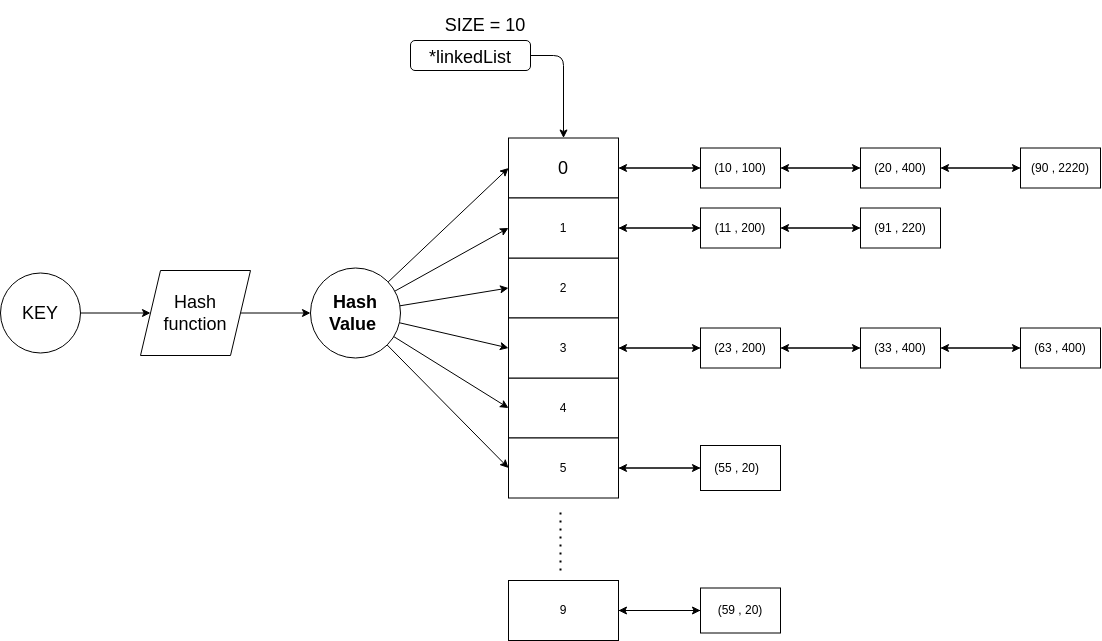
AbderrahimeEl/HashTable keeps this draw.io diagram as docs/shema.png. Above is the earlier version. Source tidied: cells renumbered, new cells last; positions are measured from the earlier drawing's top-left corner, leaving out a move shared by most shapes. Source of this version:
```xml
<mxGraphModel>
  <root>
    <mxCell id="0" />
    <mxCell id="1" parent="0" />
    <mxCell id="2" style="edgeStyle=none;html=1;" parent="1" edge="1" source="3" target="6">
      <mxGeometry relative="1" as="geometry" />
    </mxCell>
    <mxCell id="3" value="&lt;font style=&quot;font-size: 18px;&quot;&gt;0&lt;/font&gt;" style="whiteSpace=wrap;html=1;" parent="1" vertex="1">
      <mxGeometry x="508" y="137.5" width="110" height="60" as="geometry" />
    </mxCell>
    <mxCell id="4" style="edgeStyle=none;html=1;" parent="1" edge="1" source="6" target="3">
      <mxGeometry relative="1" as="geometry" />
    </mxCell>
    <mxCell id="5" style="edgeStyle=none;html=1;" parent="1" edge="1" source="6" target="21">
      <mxGeometry relative="1" as="geometry" />
    </mxCell>
    <mxCell id="6" value="(10 , 100)" style="whiteSpace=wrap;html=1;&#10;borderRadus = 20px;" parent="1" vertex="1">
      <mxGeometry x="700" y="147.5" width="80" height="40" as="geometry" />
    </mxCell>
    <mxCell id="7" value="2" style="whiteSpace=wrap;html=1;" parent="1" vertex="1">
      <mxGeometry x="508" y="257.5" width="110" height="60" as="geometry" />
    </mxCell>
    <mxCell id="8" style="edgeStyle=none;html=1;" parent="1" edge="1" source="9" target="12">
      <mxGeometry relative="1" as="geometry" />
    </mxCell>
    <mxCell id="9" value="1" style="whiteSpace=wrap;html=1;" parent="1" vertex="1">
      <mxGeometry x="508" y="197.5" width="110" height="60" as="geometry" />
    </mxCell>
    <mxCell id="10" style="edgeStyle=none;html=1;" parent="1" edge="1" source="12" target="9">
      <mxGeometry relative="1" as="geometry" />
    </mxCell>
    <mxCell id="11" style="edgeStyle=none;html=1;" parent="1" edge="1" source="12" target="23">
      <mxGeometry relative="1" as="geometry" />
    </mxCell>
    <mxCell id="12" value="(11 , 200)" style="whiteSpace=wrap;html=1;" parent="1" vertex="1">
      <mxGeometry x="700" y="207.5" width="80" height="40" as="geometry" />
    </mxCell>
    <mxCell id="13" value="4" style="whiteSpace=wrap;html=1;" parent="1" vertex="1">
      <mxGeometry x="508" y="377.5" width="110" height="60" as="geometry" />
    </mxCell>
    <mxCell id="14" style="edgeStyle=none;html=1;" parent="1" edge="1" source="15" target="18">
      <mxGeometry relative="1" as="geometry" />
    </mxCell>
    <mxCell id="15" value="3" style="whiteSpace=wrap;html=1;" parent="1" vertex="1">
      <mxGeometry x="508" y="317.5" width="110" height="60" as="geometry" />
    </mxCell>
    <mxCell id="16" style="edgeStyle=none;html=1;" parent="1" edge="1" source="18" target="15">
      <mxGeometry relative="1" as="geometry" />
    </mxCell>
    <mxCell id="17" style="edgeStyle=none;html=1;" parent="1" edge="1" source="18" target="28">
      <mxGeometry relative="1" as="geometry" />
    </mxCell>
    <mxCell id="18" value="(23 , 200)" style="whiteSpace=wrap;html=1;" parent="1" vertex="1">
      <mxGeometry x="700" y="327.5" width="80" height="40" as="geometry" />
    </mxCell>
    <mxCell id="19" style="edgeStyle=none;html=1;" parent="1" edge="1" source="21" target="6">
      <mxGeometry relative="1" as="geometry" />
    </mxCell>
    <mxCell id="20" style="edgeStyle=none;html=1;" parent="1" edge="1" source="21" target="25">
      <mxGeometry relative="1" as="geometry" />
    </mxCell>
    <mxCell id="21" value="(20 , 400)" style="whiteSpace=wrap;html=1;" parent="1" vertex="1">
      <mxGeometry x="860" y="147.5" width="80" height="40" as="geometry" />
    </mxCell>
    <mxCell id="22" style="edgeStyle=none;html=1;" parent="1" edge="1" source="23" target="12">
      <mxGeometry relative="1" as="geometry" />
    </mxCell>
    <mxCell id="23" value="(91 , 220)" style="whiteSpace=wrap;html=1;" parent="1" vertex="1">
      <mxGeometry x="860" y="207.5" width="80" height="40" as="geometry" />
    </mxCell>
    <mxCell id="24" style="edgeStyle=none;html=1;" parent="1" edge="1" source="25" target="21">
      <mxGeometry relative="1" as="geometry" />
    </mxCell>
    <mxCell id="25" value="(90 , 2220)" style="whiteSpace=wrap;html=1;" parent="1" vertex="1">
      <mxGeometry x="1020" y="147.5" width="80" height="40" as="geometry" />
    </mxCell>
    <mxCell id="26" style="edgeStyle=none;html=1;" parent="1" edge="1" source="28" target="18">
      <mxGeometry relative="1" as="geometry" />
    </mxCell>
    <mxCell id="27" style="edgeStyle=none;html=1;" parent="1" edge="1" source="28" target="30">
      <mxGeometry relative="1" as="geometry" />
    </mxCell>
    <mxCell id="28" value="(33 , 400)" style="whiteSpace=wrap;html=1;" parent="1" vertex="1">
      <mxGeometry x="860" y="327.5" width="80" height="40" as="geometry" />
    </mxCell>
    <mxCell id="29" style="edgeStyle=none;html=1;" parent="1" edge="1" source="30" target="28">
      <mxGeometry relative="1" as="geometry" />
    </mxCell>
    <mxCell id="30" value="&amp;nbsp;(63 , 400)&amp;nbsp;" style="whiteSpace=wrap;html=1;" parent="1" vertex="1">
      <mxGeometry x="1020" y="327.5" width="80" height="40" as="geometry" />
    </mxCell>
    <mxCell id="31" style="edgeStyle=none;html=1;fontSize=18;entryX=0;entryY=0.5;entryDx=0;entryDy=0;" parent="1" edge="1" source="37" target="3">
      <mxGeometry relative="1" as="geometry" />
    </mxCell>
    <mxCell id="32" style="edgeStyle=none;html=1;entryX=0;entryY=0.5;entryDx=0;entryDy=0;fontSize=18;" parent="1" edge="1" source="37" target="9">
      <mxGeometry relative="1" as="geometry" />
    </mxCell>
    <mxCell id="33" style="edgeStyle=none;html=1;entryX=0;entryY=0.5;entryDx=0;entryDy=0;fontSize=18;" parent="1" edge="1" source="37" target="7">
      <mxGeometry relative="1" as="geometry" />
    </mxCell>
    <mxCell id="34" style="edgeStyle=none;html=1;entryX=0;entryY=0.5;entryDx=0;entryDy=0;fontSize=18;" parent="1" edge="1" source="37" target="15">
      <mxGeometry relative="1" as="geometry" />
    </mxCell>
    <mxCell id="35" style="edgeStyle=none;html=1;entryX=0;entryY=0.5;entryDx=0;entryDy=0;fontSize=18;" parent="1" edge="1" source="37" target="13">
      <mxGeometry relative="1" as="geometry" />
    </mxCell>
    <mxCell id="36" style="edgeStyle=none;html=1;entryX=0;entryY=0.5;entryDx=0;entryDy=0;fontSize=24;" parent="1" edge="1" source="37" target="43">
      <mxGeometry relative="1" as="geometry" />
    </mxCell>
    <mxCell id="37" value="&lt;b style=&quot;font-size: 12px;&quot;&gt;&lt;font style=&quot;font-size: 18px;&quot;&gt;Hash Value&amp;nbsp;&lt;/font&gt;&lt;/b&gt;" style="ellipse;whiteSpace=wrap;html=1;fontSize=18;" parent="1" vertex="1">
      <mxGeometry x="310" y="267.5" width="90" height="90" as="geometry" />
    </mxCell>
    <mxCell id="38" style="edgeStyle=none;html=1;fontSize=18;" parent="1" edge="1" source="39" target="41">
      <mxGeometry relative="1" as="geometry" />
    </mxCell>
    <mxCell id="39" value="KEY" style="ellipse;whiteSpace=wrap;html=1;fontSize=18;" parent="1" vertex="1">
      <mxGeometry y="272.5" width="80" height="80" as="geometry" />
    </mxCell>
    <mxCell id="40" style="edgeStyle=none;html=1;fontSize=18;" parent="1" edge="1" source="41" target="37">
      <mxGeometry relative="1" as="geometry" />
    </mxCell>
    <mxCell id="41" value="Hash function" style="shape=parallelogram;perimeter=parallelogramPerimeter;whiteSpace=wrap;html=1;fixedSize=1;fontSize=18;" parent="1" vertex="1">
      <mxGeometry x="140" y="270" width="110" height="85" as="geometry" />
    </mxCell>
    <mxCell id="42" style="edgeStyle=none;html=1;" parent="1" edge="1" source="43" target="45">
      <mxGeometry relative="1" as="geometry" />
    </mxCell>
    <mxCell id="43" value="5" style="whiteSpace=wrap;html=1;" parent="1" vertex="1">
      <mxGeometry x="508" y="437.5" width="110" height="60" as="geometry" />
    </mxCell>
    <mxCell id="44" style="edgeStyle=none;html=1;" parent="1" edge="1" source="45" target="43">
      <mxGeometry relative="1" as="geometry" />
    </mxCell>
    <mxCell id="45" value="(55 , 20)&amp;nbsp;&amp;nbsp;" style="whiteSpace=wrap;html=1;" parent="1" vertex="1">
      <mxGeometry x="700" y="445" width="80" height="45" as="geometry" />
    </mxCell>
    <mxCell id="46" style="edgeStyle=none;html=1;entryX=0.5;entryY=0;entryDx=0;entryDy=0;fontSize=18;" parent="1" edge="1" source="47" target="3">
      <mxGeometry relative="1" as="geometry">
        <Array as="points">
          <mxPoint x="563" y="55" />
        </Array>
      </mxGeometry>
    </mxCell>
    <mxCell id="47" value="&lt;font style=&quot;font-size: 18px;&quot;&gt;*linkedList&lt;/font&gt;" style="rounded=1;whiteSpace=wrap;html=1;fontSize=24;" parent="1" vertex="1">
      <mxGeometry x="410" y="40" width="120" height="30" as="geometry" />
    </mxCell>
    <mxCell id="48" style="endArrow=none;dashed=1;html=1;dashPattern=1 3;strokeWidth=2;" parent="1" edge="1">
      <mxGeometry relative="1" as="geometry">
        <mxPoint x="560" y="570" as="sourcePoint" />
        <mxPoint x="560" y="510" as="targetPoint" />
      </mxGeometry>
    </mxCell>
    <mxCell id="49" style="edgeStyle=none;html=1;" parent="1" edge="1" source="50" target="52">
      <mxGeometry relative="1" as="geometry" />
    </mxCell>
    <mxCell id="50" value="9" style="whiteSpace=wrap;html=1;" parent="1" vertex="1">
      <mxGeometry x="508" y="580" width="110" height="60" as="geometry" />
    </mxCell>
    <mxCell id="51" style="edgeStyle=none;html=1;" parent="1" edge="1" source="52" target="50">
      <mxGeometry relative="1" as="geometry" />
    </mxCell>
    <mxCell id="52" value="(59 , 20)" style="whiteSpace=wrap;html=1;" parent="1" vertex="1">
      <mxGeometry x="700" y="587.5" width="80" height="45" as="geometry" />
    </mxCell>
    <mxCell id="53" value="&lt;font style=&quot;font-size: 18px;&quot;&gt;SIZE = 10&lt;/font&gt;" style="text;html=1;strokeColor=none;fillColor=none;align=center;verticalAlign=middle;whiteSpace=wrap;rounded=0;" parent="1" vertex="1">
      <mxGeometry x="440" width="90" height="50" as="geometry" />
    </mxCell>
  </root>
</mxGraphModel>
```
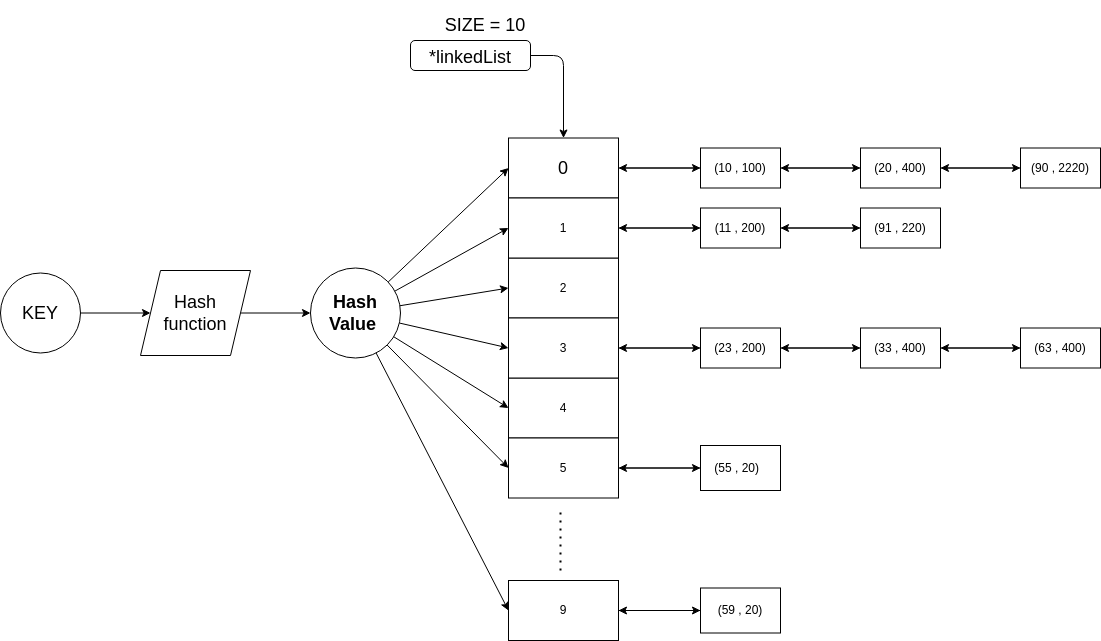
Above is the later version.

What changed in the source:
```diff
@@ -107,6 +107,9 @@
     <mxCell id="36" style="edgeStyle=none;html=1;entryX=0;entryY=0.5;entryDx=0;entryDy=0;fontSize=24;" parent="1" edge="1" source="37" target="43">
       <mxGeometry relative="1" as="geometry" />
     </mxCell>
+    <mxCell id="54" style="edgeStyle=none;html=1;entryX=0;entryY=0.5;entryDx=0;entryDy=0;" parent="1" edge="1" source="37" target="50">
+      <mxGeometry relative="1" as="geometry" />
+    </mxCell>
     <mxCell id="37" value="&lt;b style=&quot;font-size: 12px;&quot;&gt;&lt;font style=&quot;font-size: 18px;&quot;&gt;Hash Value&amp;nbsp;&lt;/font&gt;&lt;/b&gt;" style="ellipse;whiteSpace=wrap;html=1;fontSize=18;" parent="1" vertex="1">
       <mxGeometry x="310" y="267.5" width="90" height="90" as="geometry" />
     </mxCell>
```
